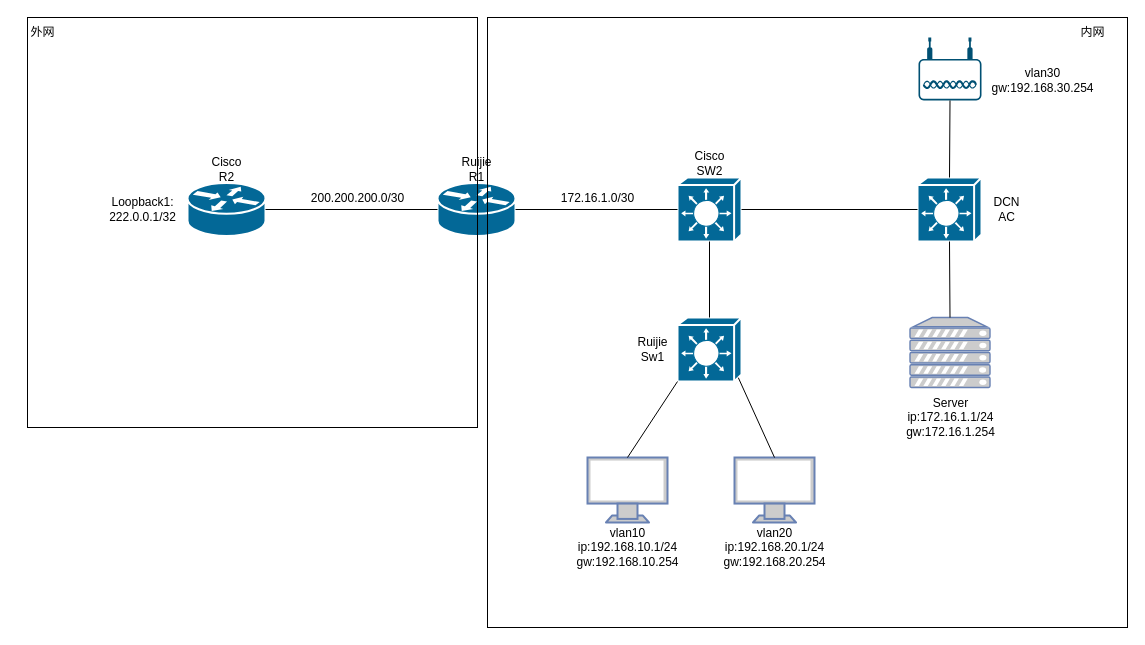
Naruterador/Networkt_topology keeps this draw.io diagram as Network/top1.drawio. Above is the earlier version. Source tidied: cells renumbered, new cells numbered last; positions are measured from the earlier drawing's top-left corner, leaving out a move shared by most shapes. Both pictures are drawn from the tidied source at 100%, with x=0, y=0 at pixel (17, 17).
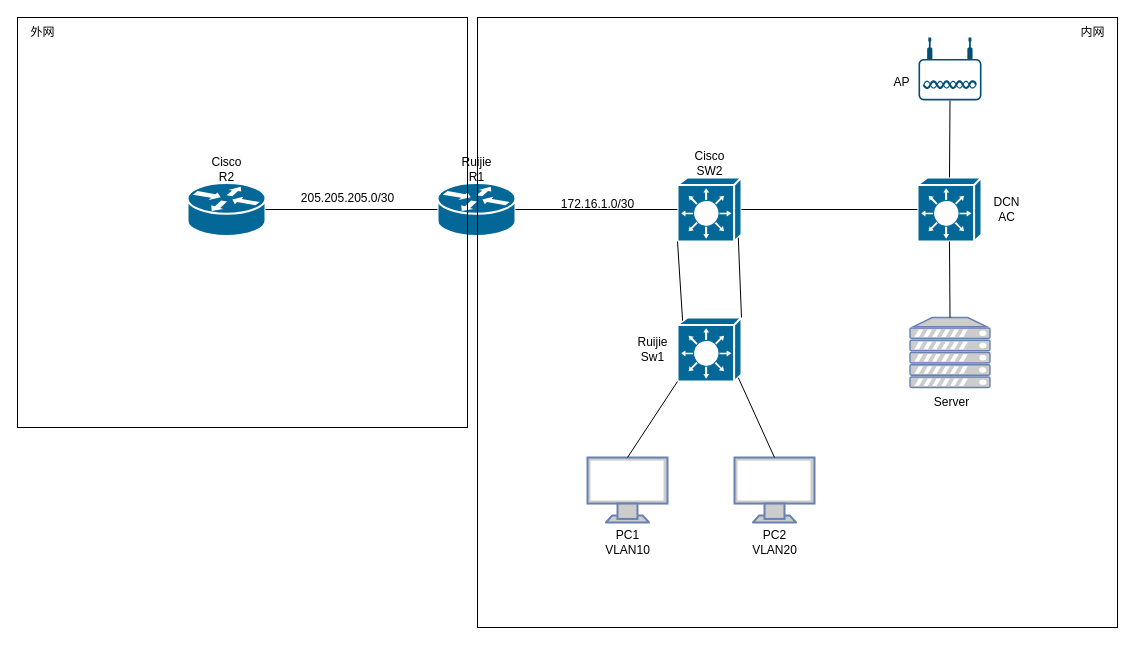
Above is the later version.

Unchanged cells that the change refers to:
```xml
<mxCell id="5" style="shape=mxgraph.cisco.switches.layer_3_switch;sketch=0;html=1;dashed=0;fillColor=#036897;strokeColor=#ffffff;strokeWidth=2;verticalLabelPosition=bottom;verticalAlign=top;align=center;outlineConnect=0;" parent="1" vertex="1">
  <mxGeometry x="660" y="300" width="64" height="64" as="geometry" />
</mxCell>
<mxCell id="6" style="shape=mxgraph.cisco.switches.layer_3_switch;sketch=0;html=1;dashed=0;fillColor=#036897;strokeColor=#ffffff;strokeWidth=2;verticalLabelPosition=bottom;verticalAlign=top;align=center;outlineConnect=0;" parent="1" vertex="1">
  <mxGeometry x="660" y="160" width="64" height="64" as="geometry" />
</mxCell>
```

Change to the diagram source:
```diff
@@
-    <mxCell id="13" style="endArrow=none;html=1;rounded=0;entryX=0.5;entryY=1;entryDx=0;entryDy=0;entryPerimeter=0;exitX=0.5;exitY=0;exitDx=0;exitDy=0;exitPerimeter=0;" parent="1" edge="1" source="5" target="6">
-      <mxGeometry relative="1" as="geometry" />
-    </mxCell>
@@
-    <mxCell id="18" value="vlan10&lt;br&gt;ip:192.168.10.1/24&lt;br&gt;gw:192.168.10.254" style="text;html=1;align=center;verticalAlign=middle;strokeColor=none;fillColor=none;" parent="1" vertex="1">
-      <mxGeometry x="545" y="500" width="130" height="60" as="geometry" />
-    </mxCell>
-    <mxCell id="19" value="vlan20&lt;br&gt;ip:192.168.20.1/24&lt;br&gt;gw:192.168.20.254" style="text;html=1;align=center;verticalAlign=middle;strokeColor=none;fillColor=none;" parent="1" vertex="1">
-      <mxGeometry x="692" y="500" width="130" height="60" as="geometry" />
-    </mxCell>
@@
-    <mxCell id="24" value="Server&lt;br&gt;ip:172.16.1.1/24&lt;br&gt;gw:172.16.1.254" style="text;html=1;align=center;verticalAlign=middle;strokeColor=none;fillColor=none;" parent="1" vertex="1">
-      <mxGeometry x="877.5" y="370" width="110" height="60" as="geometry" />
-    </mxCell>
@@
-    <mxCell id="27" value="vlan30&lt;br&gt;gw:192.168.30.254" style="text;html=1;align=center;verticalAlign=middle;strokeColor=none;fillColor=none;" parent="1" vertex="1">
-      <mxGeometry x="960" y="43" width="130" height="40" as="geometry" />
-    </mxCell>
-    <mxCell id="28" value="172.16.1.0/30&lt;br&gt;" style="text;html=1;align=center;verticalAlign=middle;strokeColor=none;fillColor=none;" parent="1" vertex="1">
-      <mxGeometry x="530" y="165.5" width="100" height="30" as="geometry" />
-    </mxCell>
-    <mxCell id="29" value="200.200.200.0/30" style="text;html=1;align=center;verticalAlign=middle;strokeColor=none;fillColor=none;" parent="1" vertex="1">
-      <mxGeometry x="280" y="165.5" width="120" height="30" as="geometry" />
-    </mxCell>
-    <mxCell id="30" value="Loopback1:&lt;br&gt;222.0.0.1/32" style="text;html=1;align=center;verticalAlign=middle;strokeColor=none;fillColor=none;" parent="1" vertex="1">
-      <mxGeometry x="80" y="172" width="90" height="40" as="geometry" />
-    </mxCell>
     <mxCell id="31" style="rounded=0;whiteSpace=wrap;html=1;fillColor=none;" parent="1" vertex="1">
-      <mxGeometry x="470" width="640" height="610" as="geometry" />
+      <mxGeometry x="460" width="640" height="610" as="geometry" />
     </mxCell>
     <mxCell id="32" style="rounded=0;whiteSpace=wrap;html=1;fillColor=none;" parent="1" vertex="1">
-      <mxGeometry x="10" width="450" height="410" as="geometry" />
+      <mxGeometry width="450" height="410" as="geometry" />
     </mxCell>
@@
+    <mxCell id="35" value="PC1&lt;br&gt;VLAN10" style="text;html=1;align=center;verticalAlign=middle;strokeColor=none;fillColor=none;" parent="1" vertex="1">
+      <mxGeometry x="575" y="505" width="70" height="40" as="geometry" />
+    </mxCell>
+    <mxCell id="36" value="PC2&lt;br&gt;VLAN20" style="text;html=1;align=center;verticalAlign=middle;strokeColor=none;fillColor=none;" parent="1" vertex="1">
+      <mxGeometry x="722" y="505" width="70" height="40" as="geometry" />
+    </mxCell>
+    <mxCell id="37" value="Server" style="text;html=1;align=center;verticalAlign=middle;strokeColor=none;fillColor=none;" parent="1" vertex="1">
+      <mxGeometry x="904" y="370" width="60" height="30" as="geometry" />
+    </mxCell>
+    <mxCell id="38" value="AP" style="text;html=1;align=center;verticalAlign=middle;strokeColor=none;fillColor=none;" parent="1" vertex="1">
+      <mxGeometry x="864" y="50" width="40" height="30" as="geometry" />
+    </mxCell>
+    <mxCell id="39" style="endArrow=none;html=1;rounded=0;entryX=0;entryY=1;entryDx=0;entryDy=0;entryPerimeter=0;exitX=0.08;exitY=0.05;exitDx=0;exitDy=0;exitPerimeter=0;" parent="1" edge="1" source="5" target="6">
+      <mxGeometry relative="1" as="geometry" />
+    </mxCell>
+    <mxCell id="40" style="endArrow=none;html=1;rounded=0;entryX=0.95;entryY=0.94;entryDx=0;entryDy=0;entryPerimeter=0;exitX=1;exitY=0;exitDx=0;exitDy=0;exitPerimeter=0;" parent="1" edge="1" source="5" target="6">
+      <mxGeometry relative="1" as="geometry" />
+    </mxCell>
+    <mxCell id="41" value="205.205.205.0/30" style="text;html=1;align=center;verticalAlign=middle;strokeColor=none;fillColor=none;" parent="1" vertex="1">
+      <mxGeometry x="270" y="165.5" width="120" height="30" as="geometry" />
+    </mxCell>
+    <mxCell id="28" value="172.16.1.0/30" style="text;html=1;align=center;verticalAlign=middle;strokeColor=none;fillColor=none;" parent="1" vertex="1">
+      <mxGeometry x="530" y="172" width="100" height="30" as="geometry" />
+    </mxCell>
```
